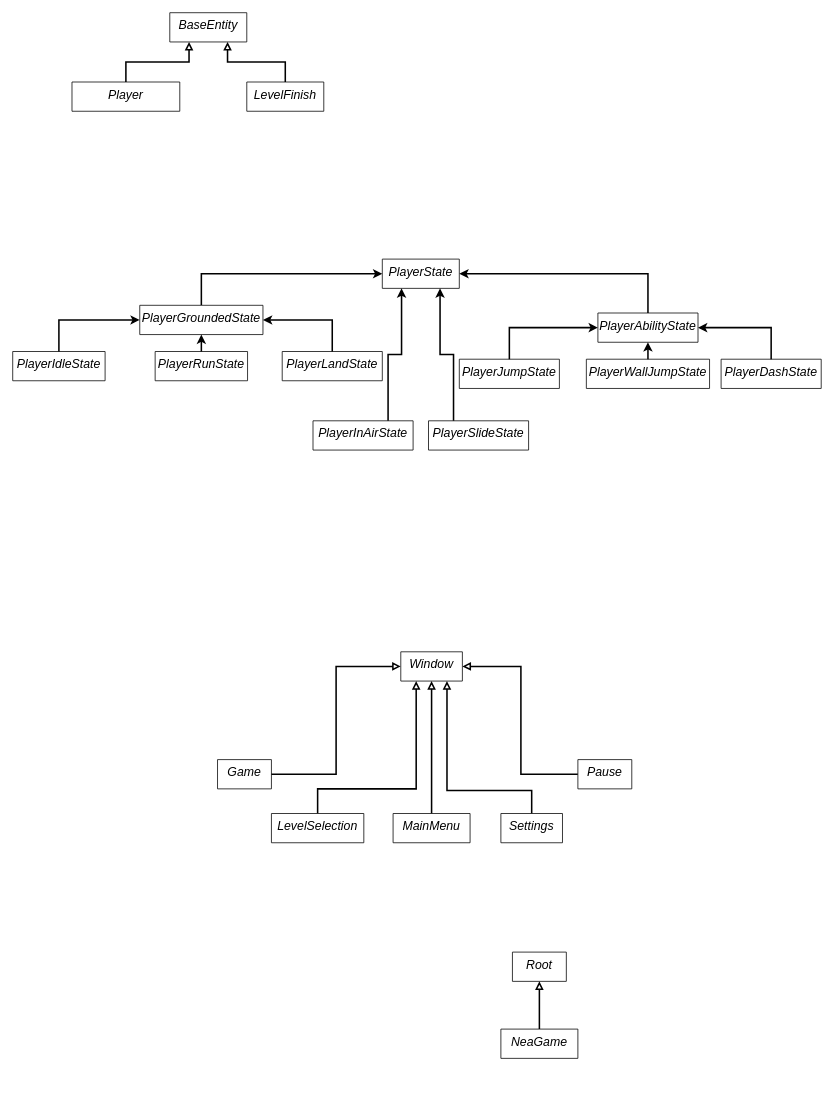
Above: diagrams/inheritance_diagram.drawio in VolcanicSpectre/platformer (draw.io), before the change. Source tidied: cells renumbered, new cells numbered last; positions are measured from the earlier drawing's top-left corner, leaving out a move shared by most shapes. Both pictures are drawn from the tidied source at 77%, with x=0, y=0 at pixel (12, 12).
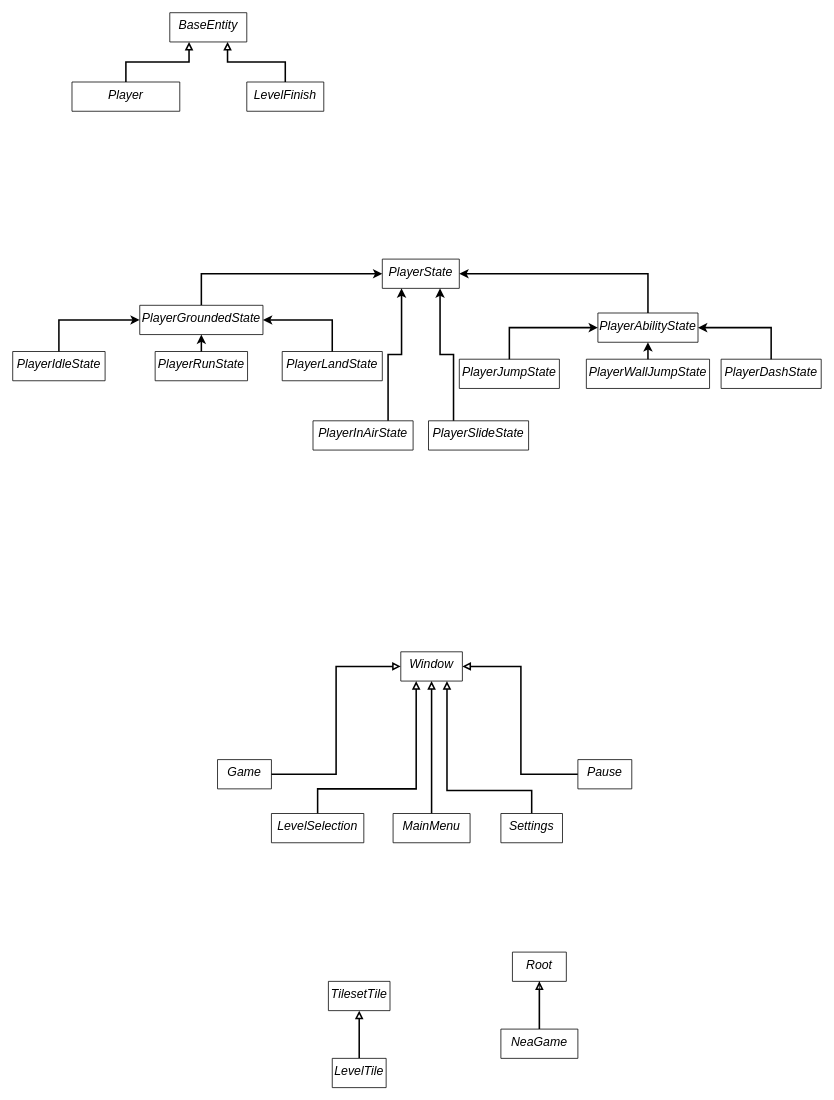
Above is the later version.

Unchanged cells that the change refers to:
```xml
<mxCell id="6" value="Root" style="swimlane;fontStyle=2;align=center;verticalAlign=top;horizontal=1;startSize=38;rounded=0;shadow=0;strokeWidth=1;fontSize=16;" parent="1" vertex="1" collapsed="1">
  <mxGeometry x="649" y="1220" width="70" height="38" as="geometry" />
</mxCell>
```

What changed in the source:
```diff
@@
+    <mxCell id="43" style="edgeStyle=orthogonalEdgeStyle;rounded=0;jettySize=auto;html=1;" parent="1" edge="1" source="6">
+      <mxGeometry relative="1" as="geometry">
+        <mxPoint x="684" y="1338" as="targetPoint" />
+      </mxGeometry>
+    </mxCell>
@@
+    <mxCell id="44" value="TilesetTile" style="swimlane;fontStyle=2;align=center;verticalAlign=top;horizontal=1;startSize=38;rounded=0;shadow=0;strokeWidth=1;fontSize=16;" parent="1" vertex="1" collapsed="1">
+      <mxGeometry x="410" y="1258" width="80" height="38" as="geometry" />
+    </mxCell>
+    <mxCell id="45" style="edgeStyle=orthogonalEdgeStyle;rounded=0;jettySize=auto;html=1;exitX=0.5;exitY=0;exitDx=0;exitDy=0;entryX=0.5;entryY=1;entryDx=0;entryDy=0;strokeWidth=2;fontSize=16;endArrow=block;endFill=0;" parent="1" edge="1" source="46" target="44">
+      <mxGeometry relative="1" as="geometry" />
+    </mxCell>
+    <mxCell id="46" value="LevelTile" style="swimlane;fontStyle=2;align=center;verticalAlign=top;horizontal=1;startSize=38;rounded=0;shadow=0;strokeWidth=1;fontSize=16;" parent="1" vertex="1" collapsed="1">
+      <mxGeometry x="415" y="1358" width="70" height="38" as="geometry" />
+    </mxCell>
```
